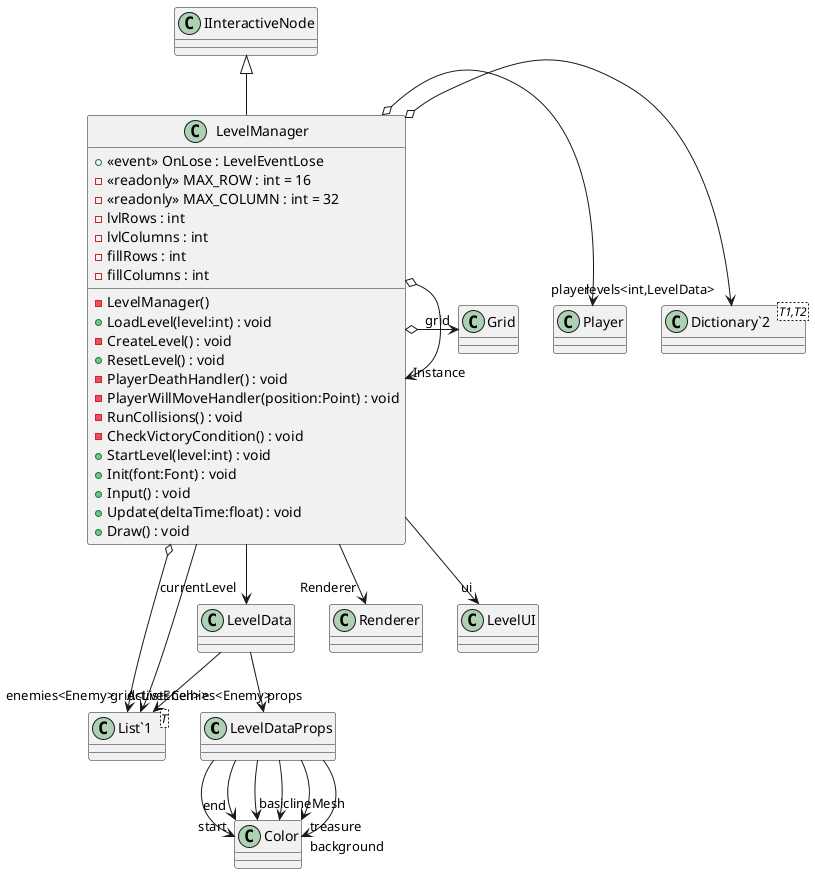
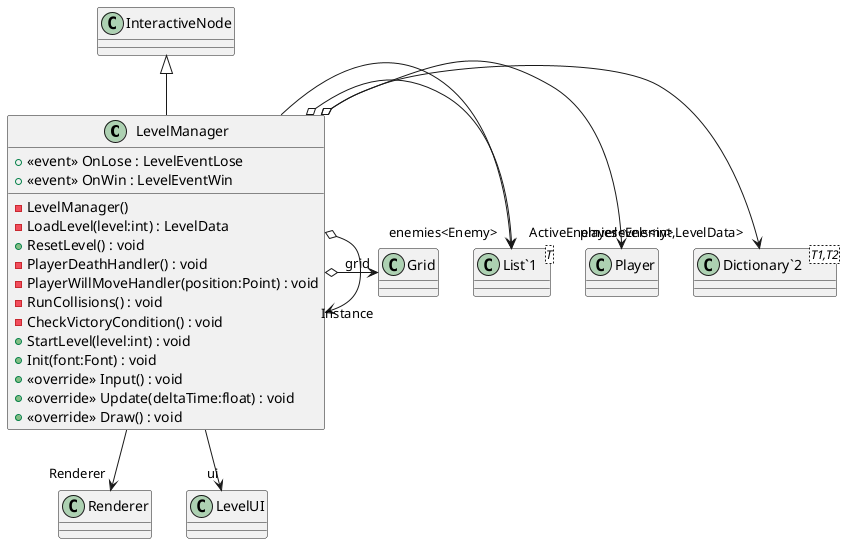
@startuml
- class LevelDataProps {
- }
- class LevelData {
- }
class LevelManager {
    +  <<event>> OnLose : LevelEventLose
-     - <<readonly>> MAX_ROW : int = 16
-     - <<readonly>> MAX_COLUMN : int = 32
-     - lvlRows : int
-     - lvlColumns : int
-     - fillRows : int
-     - fillColumns : int
+     +  <<event>> OnWin : LevelEventWin
    - LevelManager()
-     + LoadLevel(level:int) : void
-     - CreateLevel() : void
+     - LoadLevel(level:int) : LevelData
    + ResetLevel() : void
    - PlayerDeathHandler() : void
    - PlayerWillMoveHandler(position:Point) : void
    - RunCollisions() : void
    - CheckVictoryCondition() : void
    + StartLevel(level:int) : void
    + Init(font:Font) : void
-     + Input() : void
-     + Update(deltaTime:float) : void
-     + Draw() : void
+     + <<override>> Input() : void
+     + <<override>> Update(deltaTime:float) : void
+     + <<override>> Draw() : void
+ }
+ class "Dictionary`2"<T1,T2> {
}
class "List`1"<T> {
}
- class "Dictionary`2"<T1,T2> {
- }
- LevelDataProps --> "start" Color
- LevelDataProps --> "end" Color
- LevelDataProps --> "basic" Color
- LevelDataProps --> "lineMesh" Color
- LevelDataProps --> "treasure" Color
- LevelDataProps --> "background" Color
- LevelData --> "props" LevelDataProps
- LevelData --> "grid<List<Cell>>" "List`1"
- IInteractiveNode <|-- LevelManager
+ InteractiveNode <|-- LevelManager
LevelManager o-> "levels<int,LevelData>" "Dictionary`2"
- LevelManager --> "currentLevel" LevelData
LevelManager --> "Renderer" Renderer
LevelManager o-> "player" Player
LevelManager o-> "enemies<Enemy>" "List`1"
LevelManager --> "ActiveEnemies<Enemy>" "List`1"
LevelManager o-> "grid" Grid
LevelManager --> "ui" LevelUI
LevelManager o-> "Instance" LevelManager
@enduml
